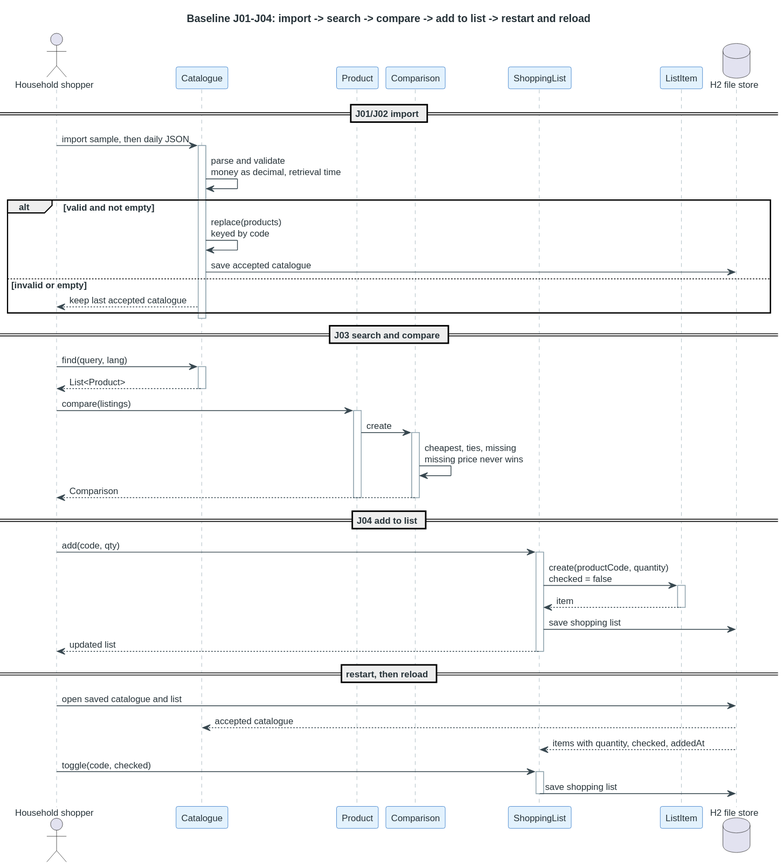
Above: docs/Eric/uml/baseline-j01-j04-sequence.svg in LamHeiKit230208993/CS3383-Project (PlantUML), before the change.
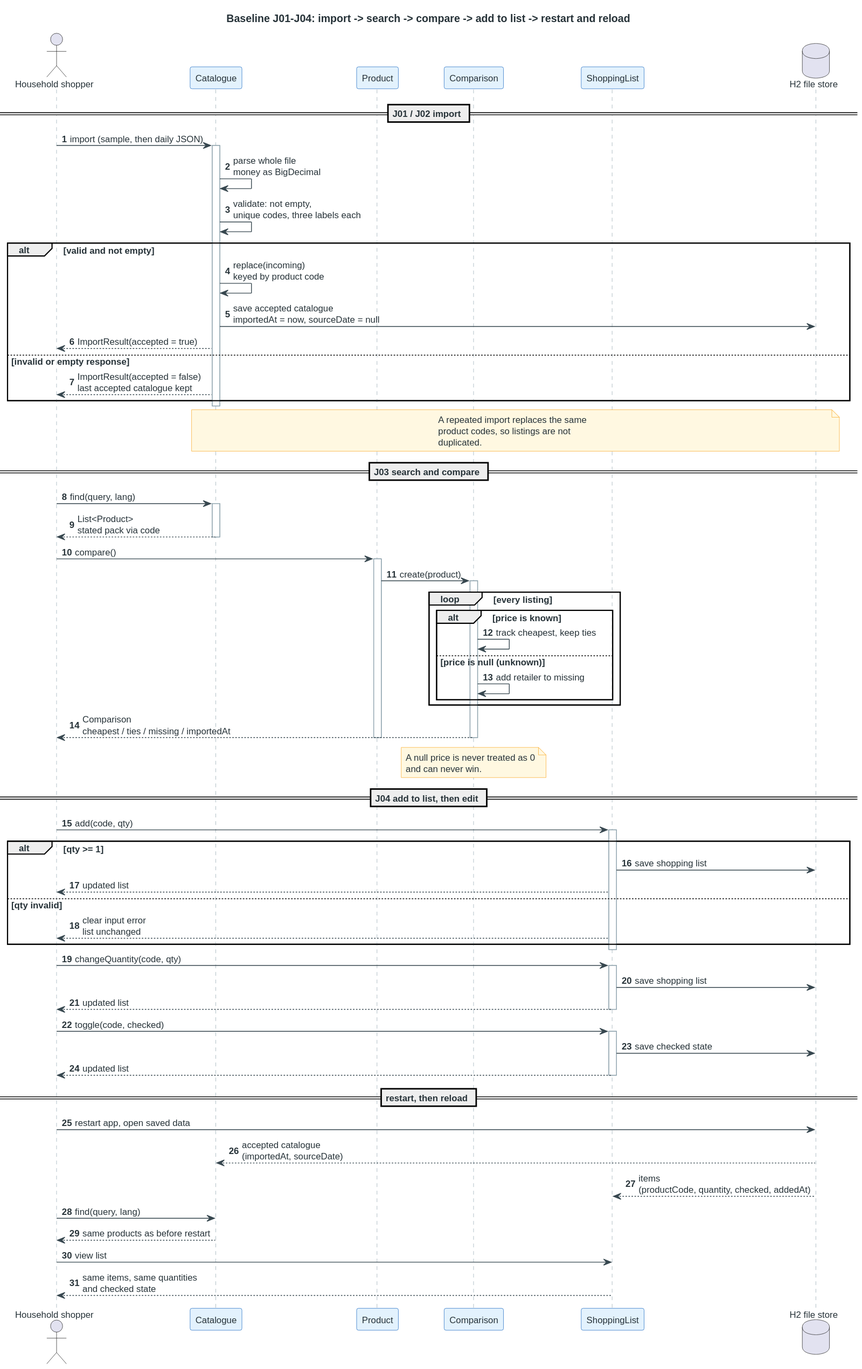
Above is the later version.

What changed in the source:
```diff
@@ -10,63 +10,92 @@
 skinparam SequenceLifeLineBorderColor #90A4AE
 skinparam NoteBackgroundColor #FFF8E1
 skinparam NoteBorderColor #F9A825
+autonumber
 
 actor "Household shopper" as Shopper
 participant "Catalogue" as Catalogue
 participant "Product" as Product
 participant "Comparison" as Comparison
 participant "ShoppingList" as ShoppingList
-participant "ListItem" as ListItem
 database "H2 file store" as Store
 
-== J01/J02 import ==
+== J01 / J02 import ==
 
-Shopper -> Catalogue : import sample, then daily JSON
+Shopper -> Catalogue : import (sample, then daily JSON)
 activate Catalogue
-Catalogue -> Catalogue : parse and validate\nmoney as decimal, retrieval time
+Catalogue -> Catalogue : parse whole file\nmoney as BigDecimal
+Catalogue -> Catalogue : validate: not empty,\nunique codes, three labels each
 alt valid and not empty
-  Catalogue -> Catalogue : replace(products)\nkeyed by code
-  Catalogue -> Store : save accepted catalogue
-else invalid or empty
-  Catalogue --> Shopper : keep last accepted catalogue
+  Catalogue -> Catalogue : replace(incoming)\nkeyed by product code
+  Catalogue -> Store : save accepted catalogue\nimportedAt = now, sourceDate = null
+  Catalogue --> Shopper : ImportResult(accepted = true)
+else invalid or empty response
+  Catalogue --> Shopper : ImportResult(accepted = false)\nlast accepted catalogue kept
 end
 deactivate Catalogue
+note over Catalogue, Store
+  A repeated import replaces the same
+  product codes, so listings are not
+  duplicated.
+end note
 
 == J03 search and compare ==
 
 Shopper -> Catalogue : find(query, lang)
 activate Catalogue
-Catalogue --> Shopper : List<Product>
+Catalogue --> Shopper : List<Product>\nstated pack via code
 deactivate Catalogue
 
-Shopper -> Product : compare(listings)
+Shopper -> Product : compare()
 activate Product
-Product -> Comparison : create
+Product -> Comparison : create(product)
 activate Comparison
-Comparison -> Comparison : cheapest, ties, missing\nmissing price never wins
-Comparison --> Shopper : Comparison
+loop every listing
+  alt price is known
+    Comparison -> Comparison : track cheapest, keep ties
+  else price is null (unknown)
+    Comparison -> Comparison : add retailer to missing
+  end
+end
+Comparison --> Shopper : Comparison\ncheapest / ties / missing / importedAt
 deactivate Comparison
 deactivate Product
+note over Comparison
+  A null price is never treated as 0
+  and can never win.
+end note
 
-== J04 add to list ==
+== J04 add to list, then edit ==
 
 Shopper -> ShoppingList : add(code, qty)
 activate ShoppingList
-ShoppingList -> ListItem : create(productCode, quantity)\nchecked = false
-activate ListItem
-ListItem --> ShoppingList : item
-deactivate ListItem
+alt qty >= 1
+  ShoppingList -> Store : save shopping list
+  ShoppingList --> Shopper : updated list
+else qty invalid
+  ShoppingList --> Shopper : clear input error\nlist unchanged
+end
+deactivate ShoppingList
+
+Shopper -> ShoppingList : changeQuantity(code, qty)
+activate ShoppingList
 ShoppingList -> Store : save shopping list
+ShoppingList --> Shopper : updated list
+deactivate ShoppingList
+
+Shopper -> ShoppingList : toggle(code, checked)
+activate ShoppingList
+ShoppingList -> Store : save checked state
 ShoppingList --> Shopper : updated list
 deactivate ShoppingList
 
 == restart, then reload ==
 
-Shopper -> Store : open saved catalogue and list
-Store --> Catalogue : accepted catalogue
-Store --> ShoppingList : items with quantity, checked, addedAt
-Shopper -> ShoppingList : toggle(code, checked)
-activate ShoppingList
-ShoppingList -> Store : save shopping list
-deactivate ShoppingList
+Shopper -> Store : restart app, open saved data
+Store --> Catalogue : accepted catalogue\n(importedAt, sourceDate)
+Store --> ShoppingList : items\n(productCode, quantity, checked, addedAt)
+Shopper -> Catalogue : find(query, lang)
+Catalogue --> Shopper : same products as before restart
+Shopper -> ShoppingList : view list
+ShoppingList --> Shopper : same items, same quantities\nand checked state
 @enduml
```
